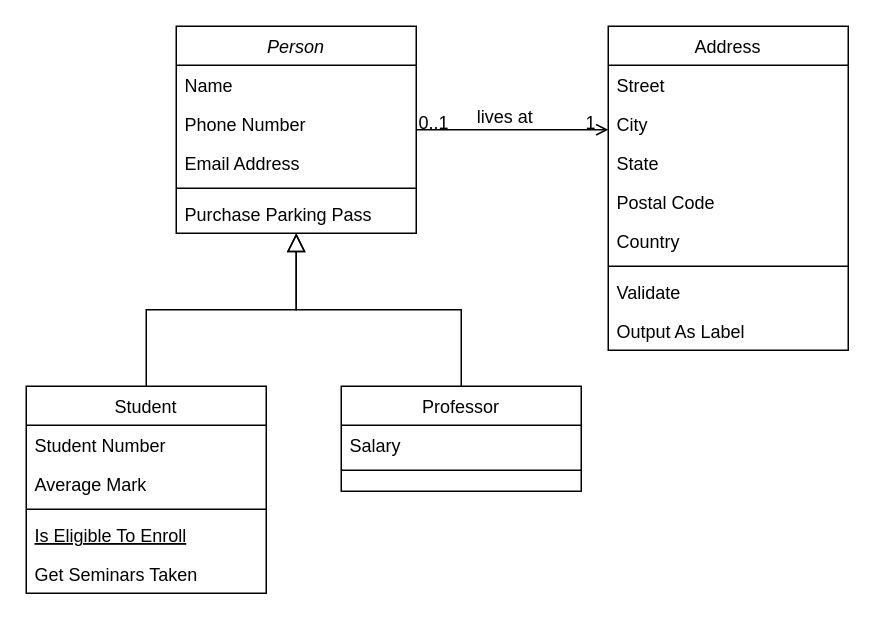
Before: 제목 없는 다이어그램.drawio in wjddn4502/raspberry_236, a draw.io diagram. Source tidied: cells renumbered, new cells numbered last; positions are measured from the earlier drawing's top-left corner, leaving out a move shared by most shapes. Both pictures are drawn from the tidied source at 150%, with x=0, y=0 at pixel (26, 26).
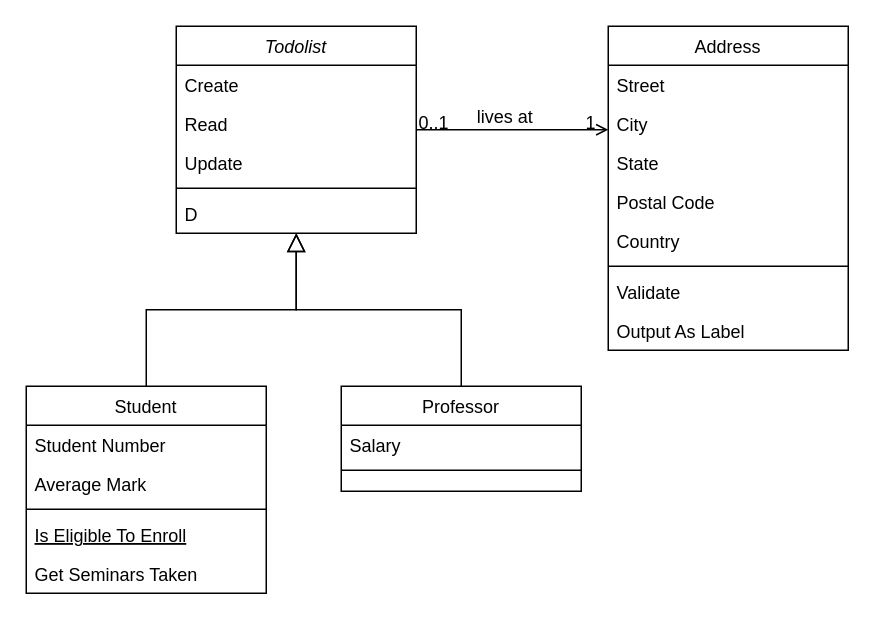
After the change.

The edit, as a diff of the source:
```diff
@@
-    <mxCell id="2" value="Person" style="swimlane;fontStyle=2;align=center;verticalAlign=top;horizontal=1;startSize=26;rounded=0;shadow=0;strokeWidth=1;" parent="1" vertex="1">
+    <mxCell id="2" value="Todolist" style="swimlane;fontStyle=2;align=center;verticalAlign=top;horizontal=1;startSize=26;rounded=0;shadow=0;strokeWidth=1;" parent="1" vertex="1">
       <mxGeometry x="100" width="160" height="138" as="geometry" />
     </mxCell>
-    <mxCell id="3" value="Name" style="text;align=left;verticalAlign=top;spacingLeft=4;spacingRight=4;overflow=hidden;" parent="2" vertex="1">
+    <mxCell id="3" value="Create" style="text;align=left;verticalAlign=top;spacingLeft=4;spacingRight=4;overflow=hidden;" parent="2" vertex="1">
       <mxGeometry y="26" width="160" height="26" as="geometry" />
     </mxCell>
-    <mxCell id="4" value="Phone Number" style="text;align=left;verticalAlign=top;spacingLeft=4;spacingRight=4;overflow=hidden;rounded=0;shadow=0;html=0;" parent="2" vertex="1">
+    <mxCell id="4" value="Read" style="text;align=left;verticalAlign=top;spacingLeft=4;spacingRight=4;overflow=hidden;rounded=0;shadow=0;html=0;" parent="2" vertex="1">
       <mxGeometry y="52" width="160" height="26" as="geometry" />
     </mxCell>
-    <mxCell id="5" value="Email Address" style="text;align=left;verticalAlign=top;spacingLeft=4;spacingRight=4;overflow=hidden;rounded=0;shadow=0;html=0;" parent="2" vertex="1">
+    <mxCell id="5" value="Update" style="text;align=left;verticalAlign=top;spacingLeft=4;spacingRight=4;overflow=hidden;rounded=0;shadow=0;html=0;" parent="2" vertex="1">
       <mxGeometry y="78" width="160" height="26" as="geometry" />
     </mxCell>
@@
-    <mxCell id="7" value="Purchase Parking Pass" style="text;align=left;verticalAlign=top;spacingLeft=4;spacingRight=4;overflow=hidden;" parent="2" vertex="1">
+    <mxCell id="7" value="D" style="text;align=left;verticalAlign=top;spacingLeft=4;spacingRight=4;overflow=hidden;" parent="2" vertex="1">
       <mxGeometry y="112" width="160" height="26" as="geometry" />
     </mxCell>
```
